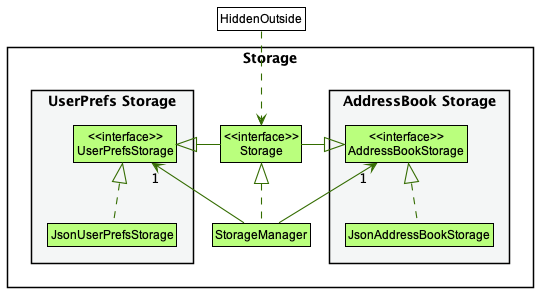
Before: docs/images/StorageClassDiagram.png, a diagram exported from PlantUML (zhongfu/tp).
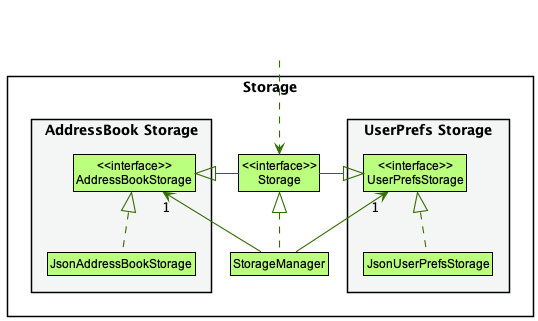
The same file after the commit.

What changed in the source:
```diff
@@ -3,6 +3,15 @@
 skinparam arrowThickness 1.1
 skinparam arrowColor STORAGE_COLOR_T4
 skinparam classBackgroundColor STORAGE_COLOR
+
+skinparam rectangle {
+    BorderColor<<i>> transparent
+    FontColor<<i>> transparent
+    StereotypeFontColor<<i>> transparent
+}
+
+rectangle invis <<i>> {
+}
 
 package Storage {
 
@@ -21,15 +30,14 @@
 
 }
 
-Class HiddenOutside #FFFFFF
-HiddenOutside ..> Storage
+invis ..> Storage
 
 StorageManager .up.|> Storage
 StorageManager -up-> "1" UserPrefsStorage
 StorageManager -up-> "1" AddressBookStorage
 
-Storage -left-|> UserPrefsStorage
-Storage -right-|> AddressBookStorage
+Storage --left--|> UserPrefsStorage
+Storage --right--|> AddressBookStorage
 
 JsonUserPrefsStorage .up.|> UserPrefsStorage
 JsonAddressBookStorage .up.|> AddressBookStorage
```
